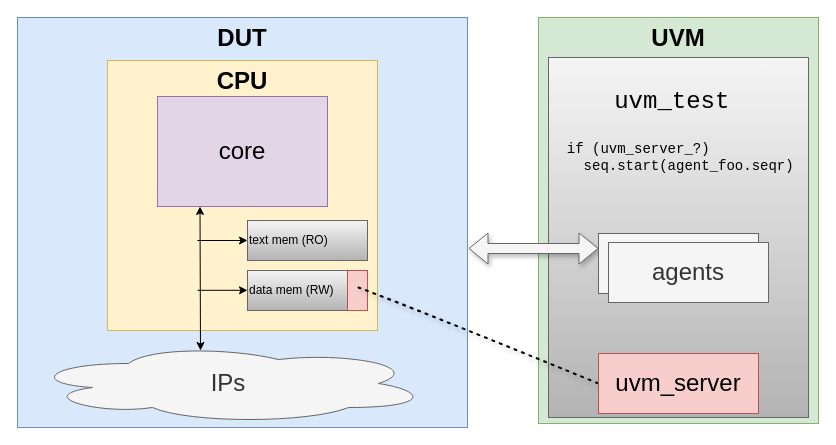
Earlier version of the draw.io diagram riscv/.images/uvm_server.drawio (antoinemadec/uvm_training). Source tidied: cells renumbered, new cells numbered last; positions are measured from the earlier drawing's top-left corner, leaving out a move shared by most shapes. Both pictures are drawn from the tidied source at 100%, with x=0, y=0 at pixel (17, 17).
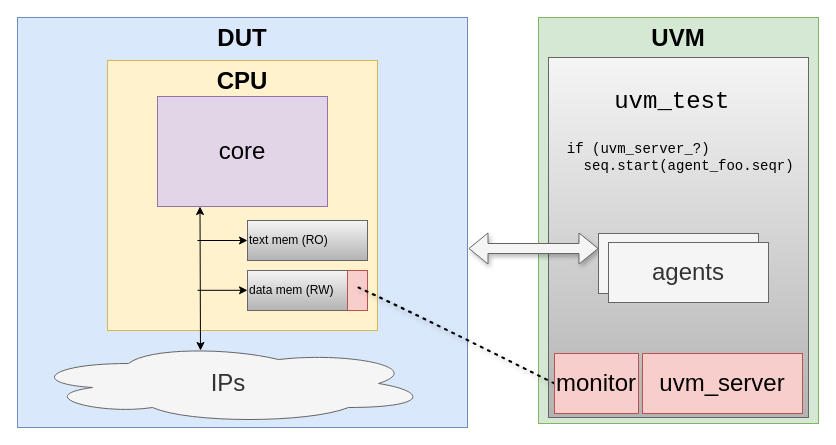
The same page after the edit.

Change to the diagram source:
```diff
@@
-    <mxCell id="14" style="endArrow=none;dashed=1;html=1;dashPattern=1 3;strokeWidth=2;fontSize=24;entryX=0;entryY=0.5;entryDx=0;entryDy=0;rounded=0;sketch=1;shadow=1;" parent="1" edge="1" target="16">
+    <mxCell id="14" style="endArrow=none;dashed=1;html=1;dashPattern=1 3;strokeWidth=2;fontSize=24;rounded=0;sketch=1;shadow=1;entryX=0;entryY=0.5;entryDx=0;entryDy=0;" parent="1" edge="1" target="19">
       <mxGeometry relative="1" as="geometry">
         <mxPoint x="341" y="270" as="sourcePoint" />
       </mxGeometry>
     </mxCell>
@@
     <mxCell id="16" value="uvm_server" style="rounded=0;whiteSpace=wrap;html=1;fontSize=24;fillColor=#f8cecc;strokeColor=#b85450;" parent="1" vertex="1">
-      <mxGeometry x="581" y="336" width="160" height="60" as="geometry" />
+      <mxGeometry x="625" y="336" width="160" height="60" as="geometry" />
     </mxCell>
@@
+    <mxCell id="19" value="monitor" style="rounded=0;whiteSpace=wrap;html=1;fontSize=24;fillColor=#f8cecc;strokeColor=#b85450;" parent="1" vertex="1">
+      <mxGeometry x="537" y="336" width="84" height="60" as="geometry" />
+    </mxCell>
```
